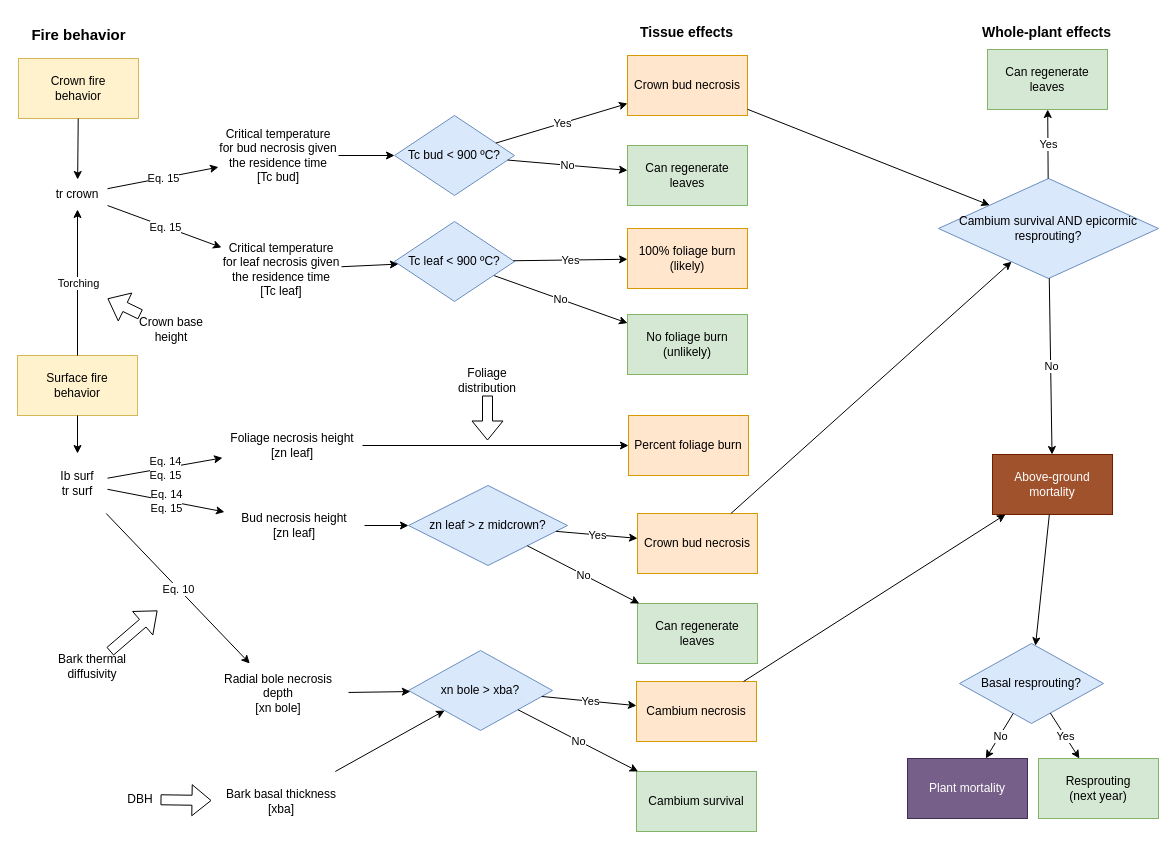
This is FireSeverity.drawio from emf-creaf/medfatebook, a draw.io file, before an edit. Source tidied: cells renumbered, new cells numbered last; positions are measured from the earlier drawing's top-left corner, leaving out a move shared by most shapes. Both pictures are drawn from the tidied source at 100%, with x=0, y=0 at pixel (17, 17).
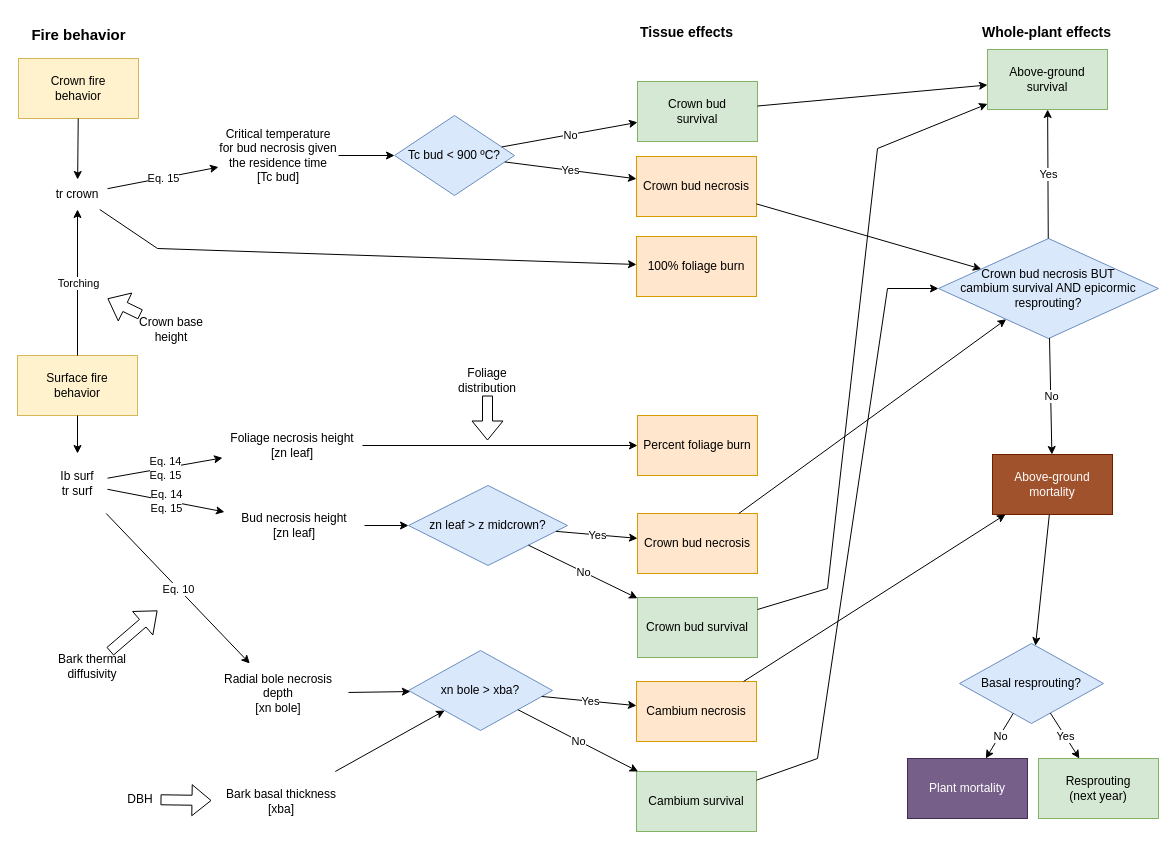
After the change.

Unchanged cells that the change refers to:
```xml
<mxCell id="3" value="tr crown" style="text;html=1;strokeColor=none;fillColor=none;align=center;verticalAlign=middle;whiteSpace=wrap;rounded=0;" parent="1" vertex="1">
  <mxGeometry x="30" y="162" width="60" height="30" as="geometry" />
</mxCell>
<mxCell id="54" value="Cambium survival" style="rounded=0;whiteSpace=wrap;html=1;fillColor=#d5e8d4;strokeColor=#82b366;" parent="1" vertex="1">
  <mxGeometry x="619" y="754" width="120" height="60" as="geometry" />
</mxCell>
```

The edit, as a diff of the source:
```diff
@@
     <mxCell id="9" value="Crown bud necrosis" style="rounded=0;whiteSpace=wrap;html=1;fillColor=#ffe6cc;strokeColor=#d79b00;" parent="1" vertex="1">
-      <mxGeometry x="610" y="38" width="120" height="60" as="geometry" />
+      <mxGeometry x="619" y="139" width="120" height="60" as="geometry" />
     </mxCell>
@@
-    <mxCell id="12" style="endArrow=classic;html=1;rounded=0;" parent="1" edge="1" source="17" target="22">
-      <mxGeometry relative="1" as="geometry" />
-    </mxCell>
-    <mxCell id="13" value="No" style="edgeLabel;html=1;align=center;verticalAlign=middle;" parent="12" vertex="1">
-      <mxGeometry relative="1" as="geometry" />
-    </mxCell>
-    <mxCell id="14" value="&lt;div&gt;Critical temperature for leaf necrosis given the residence time&lt;br&gt;&lt;/div&gt;&lt;div&gt;[Tc leaf]&lt;/div&gt;" style="text;html=1;strokeColor=none;fillColor=none;align=center;verticalAlign=middle;whiteSpace=wrap;rounded=0;" parent="1" vertex="1">
-      <mxGeometry x="204" y="222" width="120" height="60" as="geometry" />
-    </mxCell>
-    <mxCell id="15" style="endArrow=classic;html=1;rounded=0;" parent="1" edge="1" source="3" target="14">
-      <mxGeometry relative="1" as="geometry" />
-    </mxCell>
-    <mxCell id="16" value="Eq. 15" style="edgeLabel;html=1;align=center;verticalAlign=middle;" parent="15" vertex="1">
-      <mxGeometry relative="1" as="geometry" />
-    </mxCell>
-    <mxCell id="17" value="Tc leaf &amp;lt; 900 ºC?" style="rhombus;whiteSpace=wrap;html=1;fillColor=#dae8fc;strokeColor=#6c8ebf;" parent="1" vertex="1">
-      <mxGeometry x="377" y="204" width="120" height="80" as="geometry" />
-    </mxCell>
-    <mxCell id="18" style="endArrow=classic;html=1;rounded=0;" parent="1" edge="1" source="14" target="17">
-      <mxGeometry relative="1" as="geometry" />
+    <mxCell id="18" style="endArrow=classic;html=1;rounded=0;" parent="1" edge="1" source="3" target="21">
+      <mxGeometry relative="1" as="geometry">
+        <Array as="points">
+          <mxPoint x="140" y="231" />
+        </Array>
+      </mxGeometry>
     </mxCell>
-    <mxCell id="19" style="endArrow=classic;html=1;rounded=0;" parent="1" edge="1" source="17" target="21">
-      <mxGeometry relative="1" as="geometry" />
-    </mxCell>
-    <mxCell id="20" value="Yes" style="edgeLabel;html=1;align=center;verticalAlign=middle;" parent="19" vertex="1">
-      <mxGeometry relative="1" as="geometry" />
-    </mxCell>
-    <mxCell id="21" value="&lt;div&gt;100% foliage burn&lt;/div&gt;&lt;div&gt;(likely)&lt;br&gt;&lt;/div&gt;" style="rounded=0;whiteSpace=wrap;html=1;fillColor=#ffe6cc;strokeColor=#d79b00;" parent="1" vertex="1">
-      <mxGeometry x="610" y="211" width="120" height="60" as="geometry" />
+    <mxCell id="21" value="&lt;div&gt;100% foliage burn&lt;/div&gt;" style="rounded=0;whiteSpace=wrap;html=1;fillColor=#ffe6cc;strokeColor=#d79b00;" parent="1" vertex="1">
+      <mxGeometry x="619" y="219" width="120" height="60" as="geometry" />
     </mxCell>
-    <mxCell id="22" value="&lt;div&gt;No foliage burn&lt;/div&gt;&lt;div&gt;(unlikely)&lt;br&gt;&lt;/div&gt;" style="rounded=0;whiteSpace=wrap;html=1;fillColor=#d5e8d4;strokeColor=#82b366;" parent="1" vertex="1">
-      <mxGeometry x="610" y="297" width="120" height="60" as="geometry" />
-    </mxCell>
-    <mxCell id="23" value="Can regenerate leaves" style="rounded=0;whiteSpace=wrap;html=1;fillColor=#d5e8d4;strokeColor=#82b366;" parent="1" vertex="1">
-      <mxGeometry x="610" y="128" width="120" height="60" as="geometry" />
+    <mxCell id="23" value="&lt;div&gt;Crown bud &lt;br&gt;&lt;/div&gt;&lt;div&gt;survival&lt;/div&gt;" style="rounded=0;whiteSpace=wrap;html=1;fillColor=#d5e8d4;strokeColor=#82b366;" parent="1" vertex="1">
+      <mxGeometry x="620" y="64" width="120" height="60" as="geometry" />
     </mxCell>
@@
     <mxCell id="31" value="&lt;div&gt;Percent foliage burn&lt;/div&gt;" style="rounded=0;whiteSpace=wrap;html=1;fillColor=#ffe6cc;strokeColor=#d79b00;" parent="1" vertex="1">
-      <mxGeometry x="611" y="398" width="120" height="60" as="geometry" />
+      <mxGeometry x="620" y="398" width="120" height="60" as="geometry" />
     </mxCell>
@@
-    <mxCell id="37" value="Can regenerate leaves" style="rounded=0;whiteSpace=wrap;html=1;fillColor=#d5e8d4;strokeColor=#82b366;" parent="1" vertex="1">
-      <mxGeometry x="620" y="586" width="120" height="60" as="geometry" />
+    <mxCell id="37" value="Crown bud survival" style="rounded=0;whiteSpace=wrap;html=1;fillColor=#d5e8d4;strokeColor=#82b366;" parent="1" vertex="1">
+      <mxGeometry x="620" y="580" width="120" height="60" as="geometry" />
     </mxCell>
@@
-    <mxCell id="63" value="&lt;div&gt;Cambium survival AND epicormic &lt;br&gt;&lt;/div&gt;&lt;div&gt;resprouting?&lt;/div&gt;" style="rhombus;whiteSpace=wrap;html=1;fillColor=#dae8fc;strokeColor=#6c8ebf;" parent="1" vertex="1">
-      <mxGeometry x="921" y="161" width="220" height="100" as="geometry" />
+    <mxCell id="63" value="&lt;div&gt;Crown bud necrosis BUT&lt;/div&gt;&lt;div&gt;cambium survival AND epicormic &lt;br&gt;&lt;/div&gt;&lt;div&gt;resprouting?&lt;/div&gt;" style="rhombus;whiteSpace=wrap;html=1;fillColor=#dae8fc;strokeColor=#6c8ebf;" parent="1" vertex="1">
+      <mxGeometry x="921" y="221" width="220" height="100" as="geometry" />
     </mxCell>
@@
-    <mxCell id="80" value="Can regenerate leaves" style="rounded=0;whiteSpace=wrap;html=1;fillColor=#d5e8d4;strokeColor=#82b366;" parent="1" vertex="1">
+    <mxCell id="80" value="&lt;div&gt;Above-ground&lt;/div&gt;&lt;div&gt;survival&lt;br&gt;&lt;/div&gt;" style="rounded=0;whiteSpace=wrap;html=1;fillColor=#d5e8d4;strokeColor=#82b366;" parent="1" vertex="1">
       <mxGeometry x="970" y="32" width="120" height="60" as="geometry" />
     </mxCell>
@@
+    <mxCell id="90" style="endArrow=classic;html=1;rounded=0;" parent="1" edge="1" source="23" target="80">
+      <mxGeometry relative="1" as="geometry" />
+    </mxCell>
+    <mxCell id="91" style="endArrow=classic;html=1;rounded=0;" parent="1" edge="1" source="37" target="80">
+      <mxGeometry relative="1" as="geometry">
+        <Array as="points">
+          <mxPoint x="810" y="571" />
+          <mxPoint x="860" y="131" />
+        </Array>
+      </mxGeometry>
+    </mxCell>
+    <mxCell id="92" style="endArrow=classic;html=1;rounded=0;" parent="1" edge="1" source="54" target="63">
+      <mxGeometry relative="1" as="geometry">
+        <Array as="points">
+          <mxPoint x="800" y="741" />
+          <mxPoint x="870" y="271" />
+        </Array>
+      </mxGeometry>
+    </mxCell>
```
